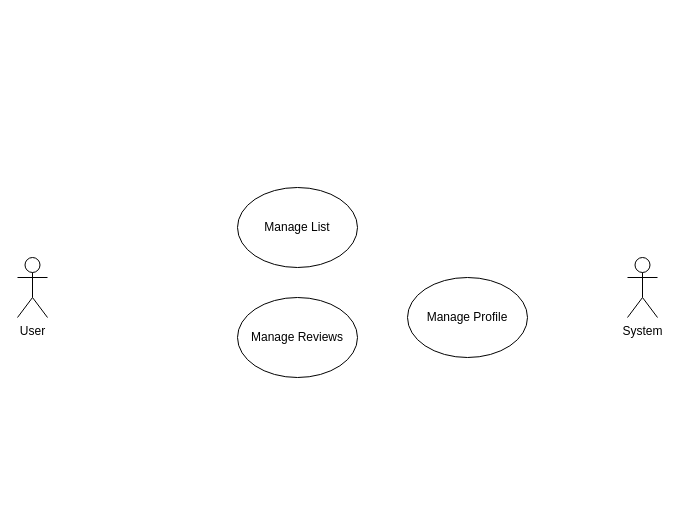
The draw.io diagram Use Case Diagram - MovieList.drawio in randyisalive/MovieList-FinalProject, before the edit. Source tidied: cells renumbered, new cells numbered last; positions are measured from the earlier drawing's top-left corner, leaving out a move shared by most shapes. Both pictures are drawn from the tidied source at 100%, with x=0, y=0 at pixel (17, 187).
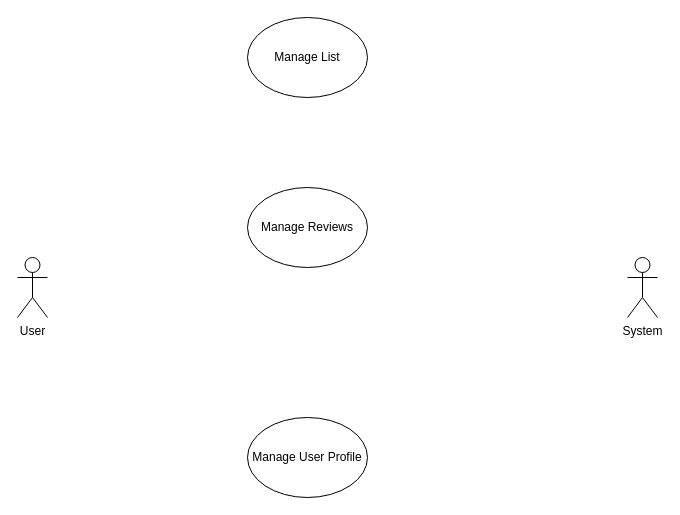
Above is the later version.

Change to the diagram source:
```diff
@@
 <mxGraphModel>
   <root>
     <mxCell id="0" />
     <mxCell id="1" parent="0" />
     <mxCell id="2" value="User" style="shape=umlActor;verticalLabelPosition=bottom;verticalAlign=top;html=1;" parent="1" vertex="1">
       <mxGeometry y="70" width="30" height="60" as="geometry" />
     </mxCell>
     <mxCell id="3" value="System" style="shape=umlActor;verticalLabelPosition=bottom;verticalAlign=top;html=1;" parent="1" vertex="1">
       <mxGeometry x="610" y="70" width="30" height="60" as="geometry" />
     </mxCell>
     <mxCell id="4" value="Manage List" style="ellipse;whiteSpace=wrap;html=1;" parent="1" vertex="1">
-      <mxGeometry x="220" width="120" height="80" as="geometry" />
+      <mxGeometry x="230" y="-170" width="120" height="80" as="geometry" />
     </mxCell>
     <mxCell id="5" value="Manage Reviews" style="ellipse;whiteSpace=wrap;html=1;" parent="1" vertex="1">
-      <mxGeometry x="220" y="110" width="120" height="80" as="geometry" />
+      <mxGeometry x="230" width="120" height="80" as="geometry" />
     </mxCell>
-    <mxCell id="6" value="Manage Profile" style="ellipse;whiteSpace=wrap;html=1;" parent="1" vertex="1">
-      <mxGeometry x="390" y="90" width="120" height="80" as="geometry" />
+    <mxCell id="6" value="Manage User Profile" style="ellipse;whiteSpace=wrap;html=1;" parent="1" vertex="1">
+      <mxGeometry x="230" y="230" width="120" height="80" as="geometry" />
     </mxCell>
   </root>
 </mxGraphModel>
```
